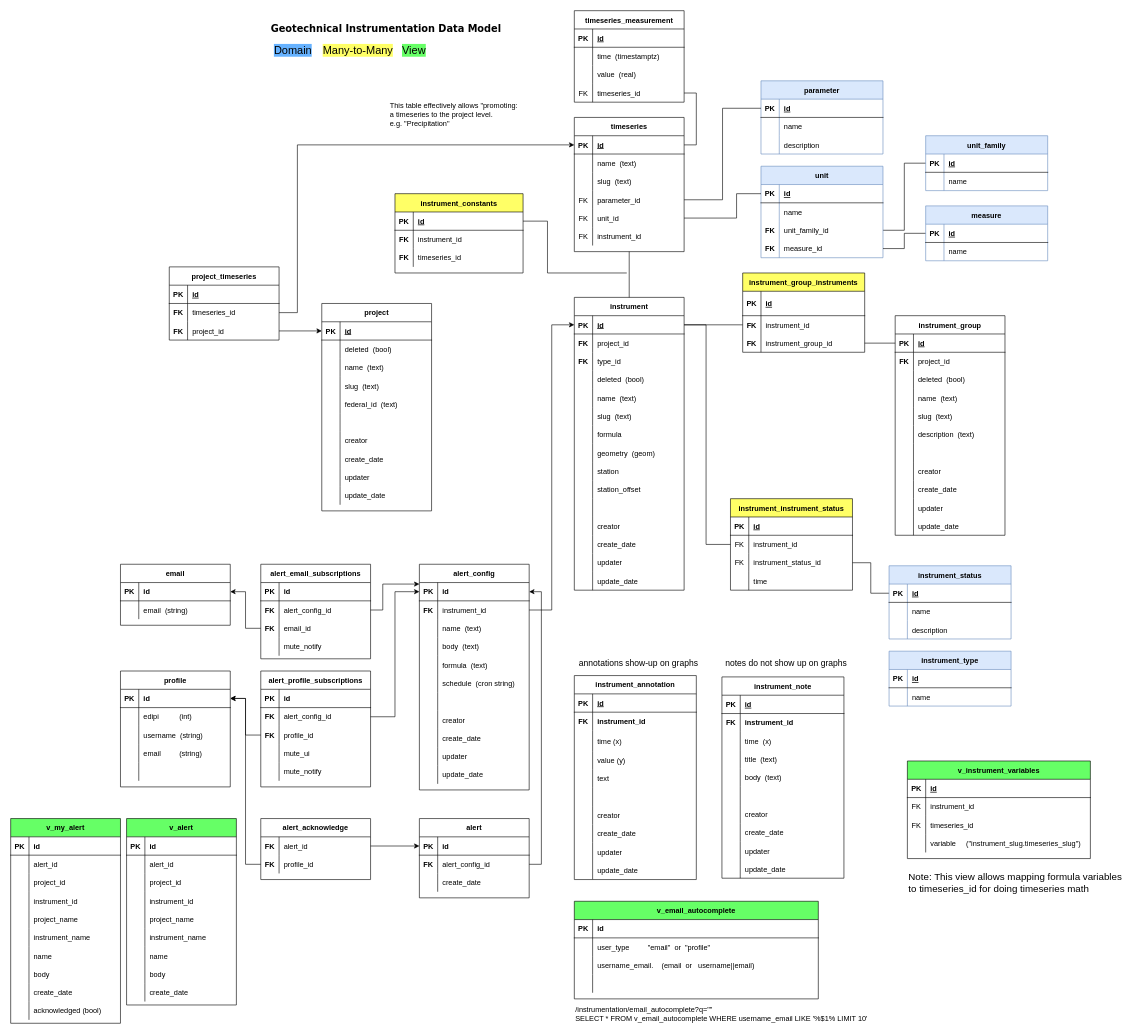
The draw.io diagram docs/instrumentation_datamodel.drawio in USACE/instrumentation-api, before the edit. Source tidied: cells renumbered, new cells numbered last; positions are measured from the earlier drawing's top-left corner, leaving out a move shared by most shapes. Both pictures are drawn from the tidied source at 61%, with x=0, y=0 at pixel (10, 10).
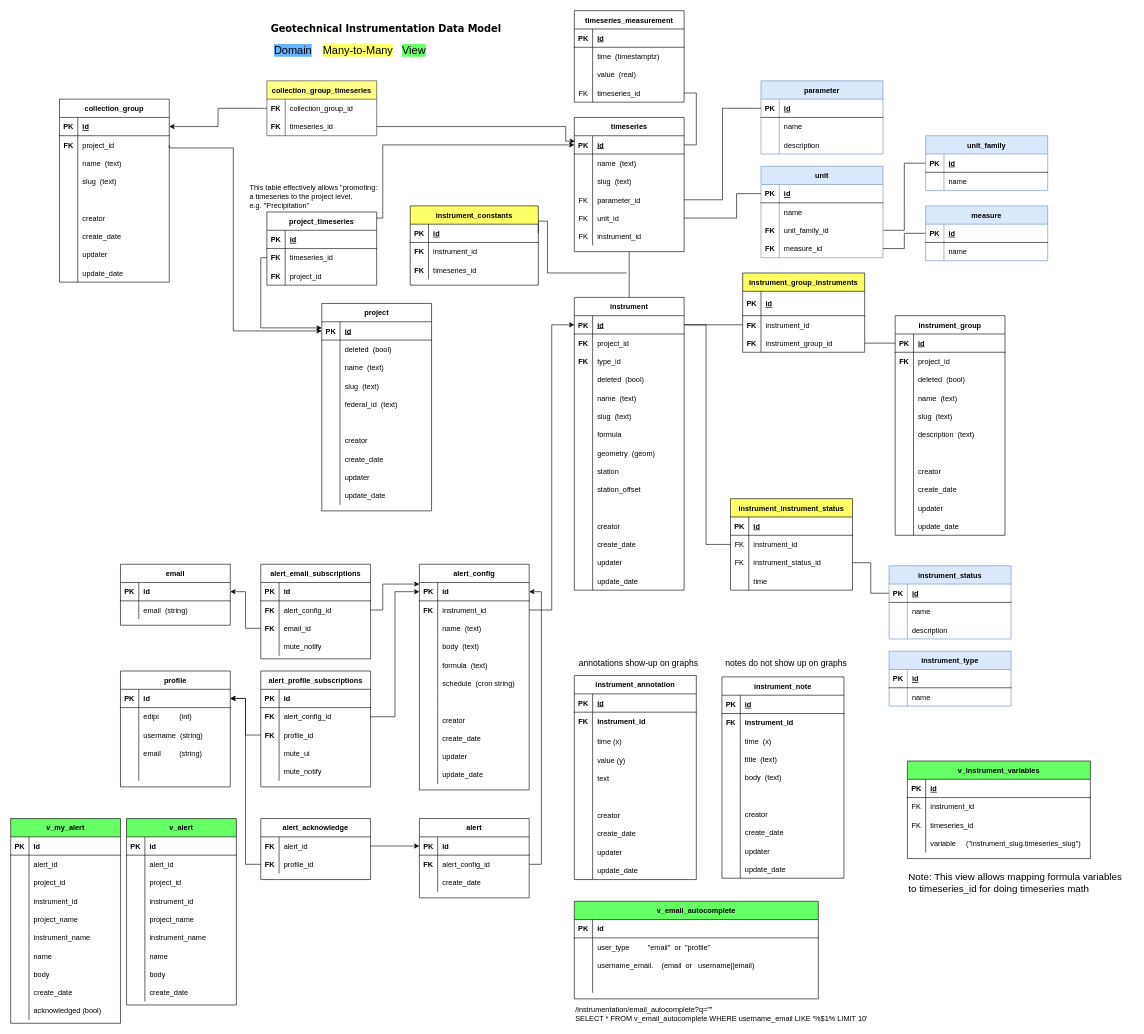
Above is the later version.

Unchanged cells that the change refers to:
```xml
<mxCell id="53" style="shape=partialRectangle;fillColor=none;top=0;left=0;bottom=1;right=0;points=[[0,0.5],[1,0.5]];portConstraint=eastwest;" parent="52" vertex="1">
  <mxGeometry y="30" width="180" height="30" as="geometry" />
</mxCell>
<mxCell id="335" style="shape=partialRectangle;fillColor=none;top=0;left=0;bottom=1;right=0;points=[[0,0.5],[1,0.5]];portConstraint=eastwest;" parent="334" vertex="1">
  <mxGeometry y="30" width="180" height="30" as="geometry" />
</mxCell>
<mxCell id="369" style="shape=partialRectangle;fillColor=none;top=0;left=0;bottom=0;right=0;points=[[0,0.5],[1,0.5]];portConstraint=eastwest;" parent="365" vertex="1">
  <mxGeometry y="60" width="180" height="30" as="geometry" />
</mxCell>
<mxCell id="372" style="shape=partialRectangle;fillColor=none;top=0;left=0;bottom=0;right=0;points=[[0,0.5],[1,0.5]];portConstraint=eastwest;" parent="365" vertex="1">
  <mxGeometry y="90" width="180" height="30" as="geometry" />
</mxCell>
```

Change to the diagram source:
```diff
@@
     <mxCell id="3" value="This table effectively allows &quot;promoting:&lt;br&gt;a timeseries to the project level.&lt;br&gt;e.g. &quot;Precipitation&quot;" style="text;html=1;align=left;verticalAlign=middle;" parent="1" vertex="1">
-      <mxGeometry x="620" y="145" width="220" height="50" as="geometry" />
+      <mxGeometry x="390" y="280" width="220" height="50" as="geometry" />
     </mxCell>
@@
     <mxCell id="324" value="instrument_constants" style="shape=table;startSize=30;childLayout=tableLayout;rowLines=0;fontStyle=1;align=center;labelBackgroundColor=#FFFF66;fillColor=#FFFF66;" parent="1" vertex="1">
-      <mxGeometry x="630" y="300" width="210" height="130" as="geometry" />
+      <mxGeometry x="655" y="320" width="210" height="130" as="geometry" />
     </mxCell>
@@
     <mxCell id="365" value="project_timeseries" style="shape=table;startSize=30;childLayout=tableLayout;rowLines=0;fontStyle=1;align=center;" parent="1" vertex="1">
-      <mxGeometry x="260" y="420" width="180" height="120" as="geometry" />
+      <mxGeometry x="420" y="330" width="180" height="120" as="geometry" />
     </mxCell>
@@
-    <mxCell id="375" style="edgeStyle=orthogonalEdgeStyle;rounded=0;jettySize=auto;html=1;exitX=1;exitY=0.5;exitDx=0;exitDy=0;entryX=0;entryY=0.5;entryDx=0;entryDy=0;" parent="1" edge="1" source="372" target="335">
-      <mxGeometry relative="1" as="geometry" />
+    <mxCell id="375" style="edgeStyle=orthogonalEdgeStyle;rounded=0;orthogonalLoop=1;jettySize=auto;html=1;" parent="1" edge="1">
+      <mxGeometry relative="1" as="geometry">
+        <mxPoint x="420" y="405" as="sourcePoint" />
+        <mxPoint x="510" y="520" as="targetPoint" />
+        <Array as="points">
+          <mxPoint x="410" y="405" />
+          <mxPoint x="410" y="520" />
+          <mxPoint x="510" y="520" />
+        </Array>
+      </mxGeometry>
     </mxCell>
-    <mxCell id="376" style="edgeStyle=orthogonalEdgeStyle;rounded=0;jettySize=auto;html=1;entryX=0;entryY=0.5;entryDx=0;entryDy=0;" parent="1" edge="1" source="369" target="53">
+    <mxCell id="376" style="edgeStyle=orthogonalEdgeStyle;rounded=0;jettySize=auto;html=1;entryX=0;entryY=0.5;entryDx=0;entryDy=0;" parent="1" edge="1" target="53">
       <mxGeometry relative="1" as="geometry">
+        <mxPoint x="600" y="340" as="sourcePoint" />
         <Array as="points">
-          <mxPoint x="470" y="495" />
-          <mxPoint x="470" y="220" />
+          <mxPoint x="610" y="340" />
+          <mxPoint x="610" y="220" />
         </Array>
       </mxGeometry>
     </mxCell>
@@
+    <mxCell id="522" value="collection_group_timeseries" style="shape=table;startSize=30;childLayout=tableLayout;rowLines=0;fontStyle=1;align=center;fillColor=#ffff88;strokeColor=#36393d;" parent="1" vertex="1">
+      <mxGeometry x="420" y="115" width="180" height="90" as="geometry" />
+    </mxCell>
+    <mxCell id="523" style="shape=partialRectangle;fillColor=none;top=0;left=0;bottom=0;right=0;points=[[0,0.5],[1,0.5]];portConstraint=eastwest;" parent="522" vertex="1">
+      <mxGeometry y="30" width="180" height="30" as="geometry" />
+    </mxCell>
+    <mxCell id="524" value="FK" style="shape=partialRectangle;fillColor=none;top=0;left=0;bottom=0;right=0;overflow=hidden;fontStyle=1;" parent="523" vertex="1">
+      <mxGeometry width="30" height="30" as="geometry" />
+    </mxCell>
+    <mxCell id="525" value="collection_group_id" style="shape=partialRectangle;fillColor=none;top=0;left=0;bottom=0;right=0;align=left;spacingLeft=6;overflow=hidden;" parent="523" vertex="1">
+      <mxGeometry x="30" width="150" height="30" as="geometry" />
+    </mxCell>
+    <mxCell id="526" style="shape=partialRectangle;fillColor=none;top=0;left=0;bottom=0;right=0;points=[[0,0.5],[1,0.5]];portConstraint=eastwest;" parent="522" vertex="1">
+      <mxGeometry y="60" width="180" height="30" as="geometry" />
+    </mxCell>
+    <mxCell id="527" value="FK" style="shape=partialRectangle;fillColor=none;top=0;left=0;bottom=0;right=0;overflow=hidden;fontStyle=1;" parent="526" vertex="1">
+      <mxGeometry width="30" height="30" as="geometry" />
+    </mxCell>
+    <mxCell id="528" value="timeseries_id" style="shape=partialRectangle;fillColor=none;top=0;left=0;bottom=0;right=0;align=left;spacingLeft=6;overflow=hidden;" parent="526" vertex="1">
+      <mxGeometry x="30" width="150" height="30" as="geometry" />
+    </mxCell>
+    <mxCell id="529" value="collection_group" style="shape=table;startSize=30;childLayout=tableLayout;rowLines=0;fontStyle=1;align=center;" parent="1" vertex="1">
+      <mxGeometry x="80" y="145" width="180" height="300" as="geometry" />
+    </mxCell>
+    <mxCell id="530" style="shape=partialRectangle;fillColor=none;top=0;left=0;bottom=1;right=0;points=[[0,0.5],[1,0.5]];portConstraint=eastwest;" parent="529" vertex="1">
+      <mxGeometry y="30" width="180" height="30" as="geometry" />
+    </mxCell>
+    <mxCell id="531" value="PK" style="shape=partialRectangle;fillColor=none;top=0;left=0;bottom=0;right=0;fontStyle=1;overflow=hidden;" parent="530" vertex="1">
+      <mxGeometry width="30" height="30" as="geometry" />
+    </mxCell>
+    <mxCell id="532" value="id" style="shape=partialRectangle;fillColor=none;top=0;left=0;bottom=0;right=0;align=left;spacingLeft=6;fontStyle=5;overflow=hidden;" parent="530" vertex="1">
+      <mxGeometry x="30" width="150" height="30" as="geometry" />
+    </mxCell>
+    <mxCell id="533" style="shape=partialRectangle;fillColor=none;top=0;left=0;bottom=0;right=0;points=[[0,0.5],[1,0.5]];portConstraint=eastwest;" parent="529" vertex="1">
+      <mxGeometry y="60" width="180" height="30" as="geometry" />
+    </mxCell>
+    <mxCell id="534" value="FK" style="shape=partialRectangle;fillColor=none;top=0;left=0;bottom=0;right=0;overflow=hidden;fontStyle=1;" parent="533" vertex="1">
+      <mxGeometry width="30" height="30" as="geometry" />
+    </mxCell>
+    <mxCell id="535" value="project_id" style="shape=partialRectangle;fillColor=none;top=0;left=0;bottom=0;right=0;align=left;spacingLeft=6;overflow=hidden;" parent="533" vertex="1">
+      <mxGeometry x="30" width="150" height="30" as="geometry" />
+    </mxCell>
+    <mxCell id="536" style="shape=partialRectangle;fillColor=none;top=0;left=0;bottom=0;right=0;" parent="529" vertex="1">
+      <mxGeometry y="90" width="180" height="30" as="geometry" />
+    </mxCell>
+    <mxCell id="537" style="shape=partialRectangle;fillColor=none;top=0;left=0;bottom=0;right=0;overflow=hidden;" parent="536" vertex="1">
+      <mxGeometry width="30" height="30" as="geometry" />
+    </mxCell>
+    <mxCell id="538" value="name  (text)" style="shape=partialRectangle;fillColor=none;top=0;left=0;bottom=0;right=0;align=left;spacingLeft=6;overflow=hidden;" parent="536" vertex="1">
+      <mxGeometry x="30" width="150" height="30" as="geometry" />
+    </mxCell>
+    <mxCell id="539" style="shape=partialRectangle;fillColor=none;top=0;left=0;bottom=0;right=0;" parent="529" vertex="1">
+      <mxGeometry y="120" width="180" height="30" as="geometry" />
+    </mxCell>
+    <mxCell id="540" style="shape=partialRectangle;fillColor=none;top=0;left=0;bottom=0;right=0;overflow=hidden;" parent="539" vertex="1">
+      <mxGeometry width="30" height="30" as="geometry" />
+    </mxCell>
+    <mxCell id="541" value="slug  (text)" style="shape=partialRectangle;fillColor=none;top=0;left=0;bottom=0;right=0;align=left;spacingLeft=6;overflow=hidden;" parent="539" vertex="1">
+      <mxGeometry x="30" width="150" height="30" as="geometry" />
+    </mxCell>
+    <mxCell id="542" style="shape=partialRectangle;fillColor=none;top=0;left=0;bottom=0;right=0;" parent="529" vertex="1">
+      <mxGeometry y="150" width="180" height="30" as="geometry" />
+    </mxCell>
+    <mxCell id="543" style="shape=partialRectangle;fillColor=none;top=0;left=0;bottom=0;right=0;overflow=hidden;fontStyle=1;" parent="542" vertex="1">
+      <mxGeometry width="30" height="30" as="geometry" />
+    </mxCell>
+    <mxCell id="544" style="shape=partialRectangle;fillColor=none;top=0;left=0;bottom=0;right=0;align=left;spacingLeft=6;overflow=hidden;" parent="542" vertex="1">
+      <mxGeometry x="30" width="150" height="30" as="geometry" />
+    </mxCell>
+    <mxCell id="545" style="shape=partialRectangle;fillColor=none;top=0;left=0;bottom=0;right=0;" parent="529" vertex="1">
+      <mxGeometry y="180" width="180" height="30" as="geometry" />
+    </mxCell>
+    <mxCell id="546" style="shape=partialRectangle;fillColor=none;top=0;left=0;bottom=0;right=0;overflow=hidden;" parent="545" vertex="1">
+      <mxGeometry width="30" height="30" as="geometry" />
+    </mxCell>
+    <mxCell id="547" value="creator" style="shape=partialRectangle;fillColor=none;top=0;left=0;bottom=0;right=0;align=left;spacingLeft=6;overflow=hidden;" parent="545" vertex="1">
+      <mxGeometry x="30" width="150" height="30" as="geometry" />
+    </mxCell>
+    <mxCell id="548" style="shape=partialRectangle;fillColor=none;top=0;left=0;bottom=0;right=0;" parent="529" vertex="1">
+      <mxGeometry y="210" width="180" height="30" as="geometry" />
+    </mxCell>
+    <mxCell id="549" style="shape=partialRectangle;fillColor=none;top=0;left=0;bottom=0;right=0;overflow=hidden;" parent="548" vertex="1">
+      <mxGeometry width="30" height="30" as="geometry" />
+    </mxCell>
+    <mxCell id="550" value="create_date" style="shape=partialRectangle;fillColor=none;top=0;left=0;bottom=0;right=0;align=left;spacingLeft=6;overflow=hidden;" parent="548" vertex="1">
+      <mxGeometry x="30" width="150" height="30" as="geometry" />
+    </mxCell>
+    <mxCell id="551" style="shape=partialRectangle;fillColor=none;top=0;left=0;bottom=0;right=0;" parent="529" vertex="1">
+      <mxGeometry y="240" width="180" height="30" as="geometry" />
+    </mxCell>
+    <mxCell id="552" style="shape=partialRectangle;fillColor=none;top=0;left=0;bottom=0;right=0;overflow=hidden;" parent="551" vertex="1">
+      <mxGeometry width="30" height="30" as="geometry" />
+    </mxCell>
+    <mxCell id="553" value="updater" style="shape=partialRectangle;fillColor=none;top=0;left=0;bottom=0;right=0;align=left;spacingLeft=6;overflow=hidden;" parent="551" vertex="1">
+      <mxGeometry x="30" width="150" height="30" as="geometry" />
+    </mxCell>
+    <mxCell id="554" style="shape=partialRectangle;fillColor=none;top=0;left=0;bottom=0;right=0;" parent="529" vertex="1">
+      <mxGeometry y="270" width="180" height="30" as="geometry" />
+    </mxCell>
+    <mxCell id="555" style="shape=partialRectangle;fillColor=none;top=0;left=0;bottom=0;right=0;overflow=hidden;" parent="554" vertex="1">
+      <mxGeometry width="30" height="30" as="geometry" />
+    </mxCell>
+    <mxCell id="556" value="update_date" style="shape=partialRectangle;fillColor=none;top=0;left=0;bottom=0;right=0;align=left;spacingLeft=6;overflow=hidden;" parent="554" vertex="1">
+      <mxGeometry x="30" width="150" height="30" as="geometry" />
+    </mxCell>
+    <mxCell id="557" style="edgeStyle=orthogonalEdgeStyle;rounded=0;jettySize=auto;html=1;exitX=1;exitY=0.5;exitDx=0;exitDy=0;entryX=0.006;entryY=0.3;entryDx=0;entryDy=0;entryPerimeter=0;" parent="1" edge="1" source="526" target="53">
+      <mxGeometry relative="1" as="geometry">
+        <Array as="points">
+          <mxPoint x="910" y="190" />
+          <mxPoint x="910" y="214" />
+        </Array>
+      </mxGeometry>
+    </mxCell>
+    <mxCell id="558" style="edgeStyle=orthogonalEdgeStyle;rounded=0;jettySize=auto;html=1;exitX=1;exitY=0.5;exitDx=0;exitDy=0;entryX=0;entryY=0.5;entryDx=0;entryDy=0;" parent="1" edge="1" source="533" target="335">
+      <mxGeometry relative="1" as="geometry">
+        <Array as="points">
+          <mxPoint x="365" y="225" />
+          <mxPoint x="365" y="525" />
+        </Array>
+      </mxGeometry>
+    </mxCell>
+    <mxCell id="559" style="edgeStyle=orthogonalEdgeStyle;rounded=0;jettySize=auto;html=1;exitX=0;exitY=0.5;exitDx=0;exitDy=0;entryX=1;entryY=0.5;entryDx=0;entryDy=0;" parent="1" edge="1" source="523" target="530">
+      <mxGeometry relative="1" as="geometry" />
+    </mxCell>
```
